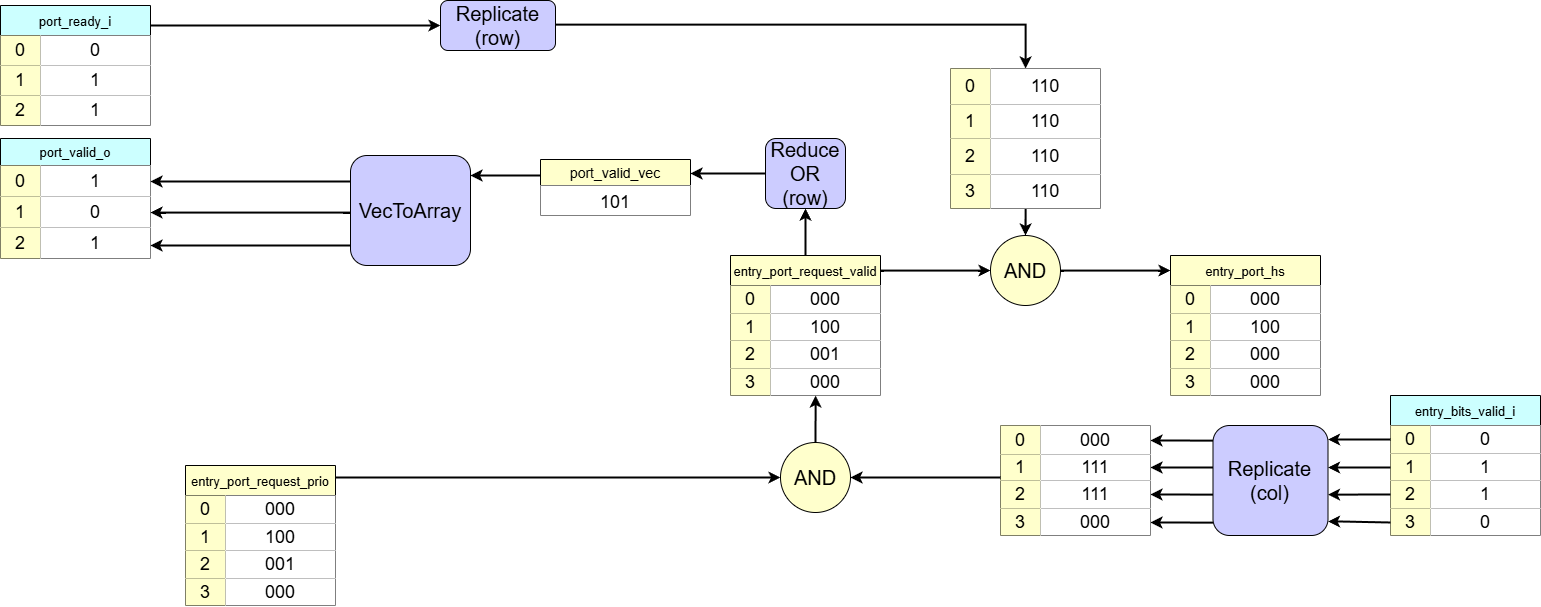
The draw.io diagram docs/LSQ/figs/qtp/QTP_Handshake_Logic.png in EPFL-LAP/dynamatic, before a commit. Source tidied: cells renumbered, new cells last; positions are measured from the earlier drawing's top-left corner, leaving out a move shared by most shapes.
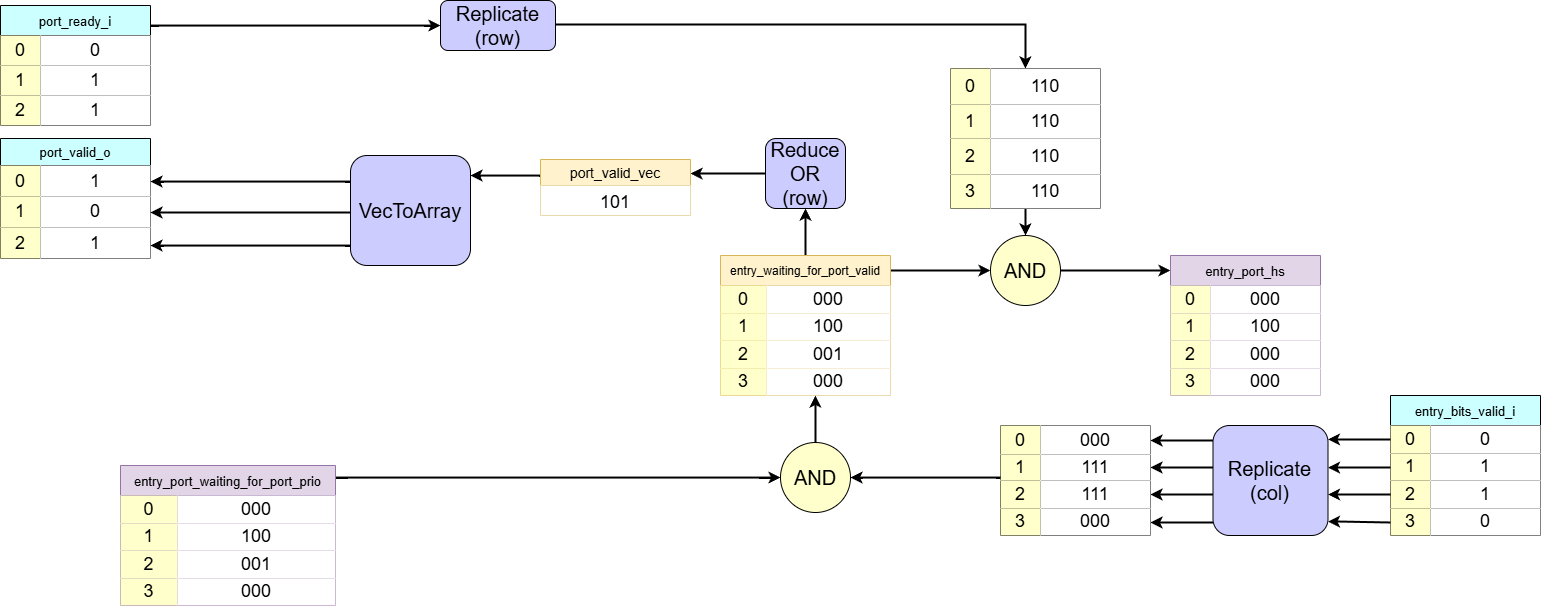
Later version of the same file.

The edit, as a diff of the source:
```diff
@@ -117,44 +117,44 @@
         </Array>
       </mxGeometry>
     </mxCell>
-    <mxCell id="37" value="entry_port_request_prio" style="shape=table;startSize=30;strokeColor=default;fontSize=13;fillColor=#FFFFCC;swimlaneFillColor=none;" parent="1" vertex="1">
-      <mxGeometry x="185" y="465" width="150" height="140" as="geometry" />
+    <mxCell id="37" value="entry_port_waiting_for_port_prio" style="shape=table;startSize=30;strokeColor=#9673a6;fontSize=13;fillColor=#e1d5e7;swimlaneFillColor=none;" parent="1" vertex="1">
+      <mxGeometry x="120" y="465" width="215" height="140" as="geometry" />
     </mxCell>
     <mxCell id="38" style="shape=tableRow;horizontal=0;startSize=0;swimlaneHead=0;swimlaneBody=0;strokeColor=inherit;top=0;left=0;bottom=0;right=0;fillColor=none;fontSize=16;" parent="37" vertex="1">
-      <mxGeometry y="30" width="150" height="28" as="geometry" />
+      <mxGeometry y="30" width="215" height="28" as="geometry" />
     </mxCell>
     <mxCell id="39" value="0" style="shape=partialRectangle;html=1;whiteSpace=wrap;strokeColor=inherit;overflow=hidden;fillColor=#FFFFCC;top=0;left=0;bottom=0;right=0;fontSize=18;" parent="38" vertex="1">
-      <mxGeometry width="40" height="28" as="geometry" />
+      <mxGeometry width="57" height="28" as="geometry" />
     </mxCell>
     <mxCell id="40" value="000" style="shape=partialRectangle;html=1;whiteSpace=wrap;strokeColor=inherit;overflow=hidden;fillColor=#FFFFFF;top=0;left=0;bottom=0;right=0;fontSize=18;" parent="38" vertex="1">
-      <mxGeometry x="40" width="110" height="28" as="geometry" />
+      <mxGeometry x="57" width="158" height="28" as="geometry" />
     </mxCell>
     <mxCell id="41" style="shape=tableRow;horizontal=0;startSize=0;swimlaneHead=0;swimlaneBody=0;strokeColor=inherit;top=0;left=0;bottom=0;right=0;fillColor=none;fontSize=16;" parent="37" vertex="1">
-      <mxGeometry y="58" width="150" height="27" as="geometry" />
+      <mxGeometry y="58" width="215" height="27" as="geometry" />
     </mxCell>
     <mxCell id="42" value="1" style="shape=partialRectangle;html=1;whiteSpace=wrap;strokeColor=inherit;overflow=hidden;fillColor=#FFFFCC;top=0;left=0;bottom=0;right=0;fontSize=18;" parent="41" vertex="1">
-      <mxGeometry width="40" height="27" as="geometry" />
+      <mxGeometry width="57" height="27" as="geometry" />
     </mxCell>
     <mxCell id="43" value="100" style="shape=partialRectangle;html=1;whiteSpace=wrap;strokeColor=inherit;overflow=hidden;fillColor=#FFFFFF;top=0;left=0;bottom=0;right=0;fontSize=18;" parent="41" vertex="1">
-      <mxGeometry x="40" width="110" height="27" as="geometry" />
+      <mxGeometry x="57" width="158" height="27" as="geometry" />
     </mxCell>
     <mxCell id="44" style="shape=tableRow;horizontal=0;startSize=0;swimlaneHead=0;swimlaneBody=0;strokeColor=inherit;top=0;left=0;bottom=0;right=0;fillColor=none;fontSize=16;" parent="37" vertex="1">
-      <mxGeometry y="85" width="150" height="28" as="geometry" />
+      <mxGeometry y="85" width="215" height="28" as="geometry" />
     </mxCell>
     <mxCell id="45" value="2" style="shape=partialRectangle;html=1;whiteSpace=wrap;strokeColor=inherit;overflow=hidden;fillColor=#FFFFCC;top=0;left=0;bottom=0;right=0;fontSize=18;" parent="44" vertex="1">
-      <mxGeometry width="40" height="28" as="geometry" />
+      <mxGeometry width="57" height="28" as="geometry" />
     </mxCell>
     <mxCell id="46" value="001" style="shape=partialRectangle;html=1;whiteSpace=wrap;strokeColor=inherit;overflow=hidden;fillColor=#FFFFFF;top=0;left=0;bottom=0;right=0;fontSize=18;" parent="44" vertex="1">
-      <mxGeometry x="40" width="110" height="28" as="geometry" />
+      <mxGeometry x="57" width="158" height="28" as="geometry" />
     </mxCell>
     <mxCell id="47" style="shape=tableRow;horizontal=0;startSize=0;swimlaneHead=0;swimlaneBody=0;strokeColor=inherit;top=0;left=0;bottom=0;right=0;fillColor=none;fontSize=16;" parent="37" vertex="1">
-      <mxGeometry y="113" width="150" height="27" as="geometry" />
+      <mxGeometry y="113" width="215" height="27" as="geometry" />
     </mxCell>
     <mxCell id="48" value="3" style="shape=partialRectangle;html=1;whiteSpace=wrap;strokeColor=inherit;overflow=hidden;fillColor=#FFFFCC;top=0;left=0;bottom=0;right=0;fontSize=18;" parent="47" vertex="1">
-      <mxGeometry width="40" height="27" as="geometry" />
+      <mxGeometry width="57" height="27" as="geometry" />
     </mxCell>
     <mxCell id="49" value="000" style="shape=partialRectangle;html=1;whiteSpace=wrap;strokeColor=inherit;overflow=hidden;fillColor=#FFFFFF;top=0;left=0;bottom=0;right=0;fontSize=18;" parent="47" vertex="1">
-      <mxGeometry x="40" width="110" height="27" as="geometry" />
+      <mxGeometry x="57" width="158" height="27" as="geometry" />
     </mxCell>
     <mxCell id="50" style="edgeStyle=orthogonalEdgeStyle;rounded=0;jettySize=auto;html=1;strokeWidth=2;" parent="1" edge="1" source="52" target="91">
       <mxGeometry relative="1" as="geometry" />
@@ -167,44 +167,44 @@
         </Array>
       </mxGeometry>
     </mxCell>
-    <mxCell id="52" value="entry_port_request_valid" style="shape=table;startSize=30;strokeColor=default;fontSize=13;fillColor=#FFFFCC;swimlaneFillColor=none;" parent="1" vertex="1">
-      <mxGeometry x="730" y="255" width="150" height="140" as="geometry" />
+    <mxCell id="52" value="entry_waiting_for_port_valid" style="shape=table;startSize=30;strokeColor=#d6b656;fontSize=12;fillColor=#fff2cc;swimlaneFillColor=none;" parent="1" vertex="1">
+      <mxGeometry x="720" y="255" width="170" height="140" as="geometry" />
     </mxCell>
     <mxCell id="53" style="shape=tableRow;horizontal=0;startSize=0;swimlaneHead=0;swimlaneBody=0;strokeColor=inherit;top=0;left=0;bottom=0;right=0;fillColor=none;fontSize=16;" parent="52" vertex="1">
-      <mxGeometry y="30" width="150" height="28" as="geometry" />
+      <mxGeometry y="30" width="170" height="28" as="geometry" />
     </mxCell>
     <mxCell id="54" value="0" style="shape=partialRectangle;html=1;whiteSpace=wrap;strokeColor=inherit;overflow=hidden;fillColor=#FFFFCC;top=0;left=0;bottom=0;right=0;fontSize=18;" parent="53" vertex="1">
-      <mxGeometry width="40" height="28" as="geometry" />
+      <mxGeometry width="46" height="28" as="geometry" />
     </mxCell>
     <mxCell id="55" value="000" style="shape=partialRectangle;html=1;whiteSpace=wrap;strokeColor=inherit;overflow=hidden;fillColor=#FFFFFF;top=0;left=0;bottom=0;right=0;fontSize=18;" parent="53" vertex="1">
-      <mxGeometry x="40" width="110" height="28" as="geometry" />
+      <mxGeometry x="46" width="124" height="28" as="geometry" />
     </mxCell>
     <mxCell id="56" style="shape=tableRow;horizontal=0;startSize=0;swimlaneHead=0;swimlaneBody=0;strokeColor=inherit;top=0;left=0;bottom=0;right=0;fillColor=none;fontSize=16;" parent="52" vertex="1">
-      <mxGeometry y="58" width="150" height="27" as="geometry" />
+      <mxGeometry y="58" width="170" height="27" as="geometry" />
     </mxCell>
     <mxCell id="57" value="1" style="shape=partialRectangle;html=1;whiteSpace=wrap;strokeColor=inherit;overflow=hidden;fillColor=#FFFFCC;top=0;left=0;bottom=0;right=0;fontSize=18;" parent="56" vertex="1">
-      <mxGeometry width="40" height="27" as="geometry" />
+      <mxGeometry width="46" height="27" as="geometry" />
     </mxCell>
     <mxCell id="58" value="100" style="shape=partialRectangle;html=1;whiteSpace=wrap;strokeColor=inherit;overflow=hidden;fillColor=#FFFFFF;top=0;left=0;bottom=0;right=0;fontSize=18;" parent="56" vertex="1">
-      <mxGeometry x="40" width="110" height="27" as="geometry" />
+      <mxGeometry x="46" width="124" height="27" as="geometry" />
     </mxCell>
     <mxCell id="59" style="shape=tableRow;horizontal=0;startSize=0;swimlaneHead=0;swimlaneBody=0;strokeColor=inherit;top=0;left=0;bottom=0;right=0;fillColor=none;fontSize=16;" parent="52" vertex="1">
-      <mxGeometry y="85" width="150" height="28" as="geometry" />
+      <mxGeometry y="85" width="170" height="28" as="geometry" />
     </mxCell>
     <mxCell id="60" value="2" style="shape=partialRectangle;html=1;whiteSpace=wrap;strokeColor=inherit;overflow=hidden;fillColor=#FFFFCC;top=0;left=0;bottom=0;right=0;fontSize=18;" parent="59" vertex="1">
-      <mxGeometry width="40" height="28" as="geometry" />
+      <mxGeometry width="46" height="28" as="geometry" />
     </mxCell>
     <mxCell id="61" value="001" style="shape=partialRectangle;html=1;whiteSpace=wrap;strokeColor=inherit;overflow=hidden;fillColor=#FFFFFF;top=0;left=0;bottom=0;right=0;fontSize=18;" parent="59" vertex="1">
-      <mxGeometry x="40" width="110" height="28" as="geometry" />
+      <mxGeometry x="46" width="124" height="28" as="geometry" />
     </mxCell>
     <mxCell id="62" style="shape=tableRow;horizontal=0;startSize=0;swimlaneHead=0;swimlaneBody=0;strokeColor=inherit;top=0;left=0;bottom=0;right=0;fillColor=none;points=[[0,0.5],[1,0.5]];portConstraint=eastwest;fontSize=16;" parent="52" vertex="1">
-      <mxGeometry y="113" width="150" height="27" as="geometry" />
+      <mxGeometry y="113" width="170" height="27" as="geometry" />
     </mxCell>
     <mxCell id="63" value="3" style="shape=partialRectangle;html=1;whiteSpace=wrap;strokeColor=inherit;overflow=hidden;fillColor=#FFFFCC;top=0;left=0;bottom=0;right=0;fontSize=18;" parent="62" vertex="1">
-      <mxGeometry width="40" height="27" as="geometry" />
+      <mxGeometry width="46" height="27" as="geometry" />
     </mxCell>
     <mxCell id="64" value="000" style="shape=partialRectangle;html=1;whiteSpace=wrap;strokeColor=inherit;overflow=hidden;fillColor=#FFFFFF;top=0;left=0;bottom=0;right=0;fontSize=18;" parent="62" vertex="1">
-      <mxGeometry x="40" width="110" height="27" as="geometry" />
+      <mxGeometry x="46" width="124" height="27" as="geometry" />
     </mxCell>
     <mxCell id="65" style="edgeStyle=orthogonalEdgeStyle;rounded=0;jettySize=auto;html=1;strokeWidth=2;" parent="1" edge="1" source="66" target="62">
       <mxGeometry relative="1" as="geometry">
@@ -359,7 +359,7 @@
         </Array>
       </mxGeometry>
     </mxCell>
-    <mxCell id="93" value="port_valid_vec" style="swimlane;fontStyle=0;horizontal=1;startSize=26;align=center;fontSize=14;fillColor=#FFFFCC;" parent="1" vertex="1">
+    <mxCell id="93" value="port_valid_vec" style="swimlane;fontStyle=0;horizontal=1;startSize=26;align=center;fontSize=14;fillColor=#fff2cc;strokeColor=#d6b656;" parent="1" vertex="1">
       <mxGeometry x="540" y="159" width="150" height="56" as="geometry" />
     </mxCell>
     <mxCell id="94" value="&lt;span style=&quot;font-size: 18px;&quot;&gt;101&lt;/span&gt;" style="text;spacingLeft=4;spacingRight=4;overflow=hidden;fontSize=12;whiteSpace=wrap;html=1;fillColor=default;align=center;" parent="93" vertex="1">
@@ -455,7 +455,7 @@
     <mxCell id="116" value="110" style="shape=partialRectangle;html=1;whiteSpace=wrap;strokeColor=inherit;overflow=hidden;fillColor=#FFFFFF;top=0;left=0;bottom=0;right=0;fontSize=18;" parent="114" vertex="1">
       <mxGeometry x="40" width="110" height="34" as="geometry" />
     </mxCell>
-    <mxCell id="117" value="entry_port_hs" style="shape=table;startSize=30;strokeColor=default;fontSize=13;fillColor=#FFFFCC;swimlaneFillColor=none;" parent="1" vertex="1">
+    <mxCell id="117" value="entry_port_hs" style="shape=table;startSize=30;strokeColor=#9673a6;fontSize=13;fillColor=#e1d5e7;swimlaneFillColor=none;" parent="1" vertex="1">
       <mxGeometry x="1170" y="255" width="150" height="140" as="geometry" />
     </mxCell>
     <mxCell id="118" style="shape=tableRow;horizontal=0;startSize=0;swimlaneHead=0;swimlaneBody=0;strokeColor=inherit;top=0;left=0;bottom=0;right=0;fillColor=none;fontSize=16;" parent="117" vertex="1">
```
